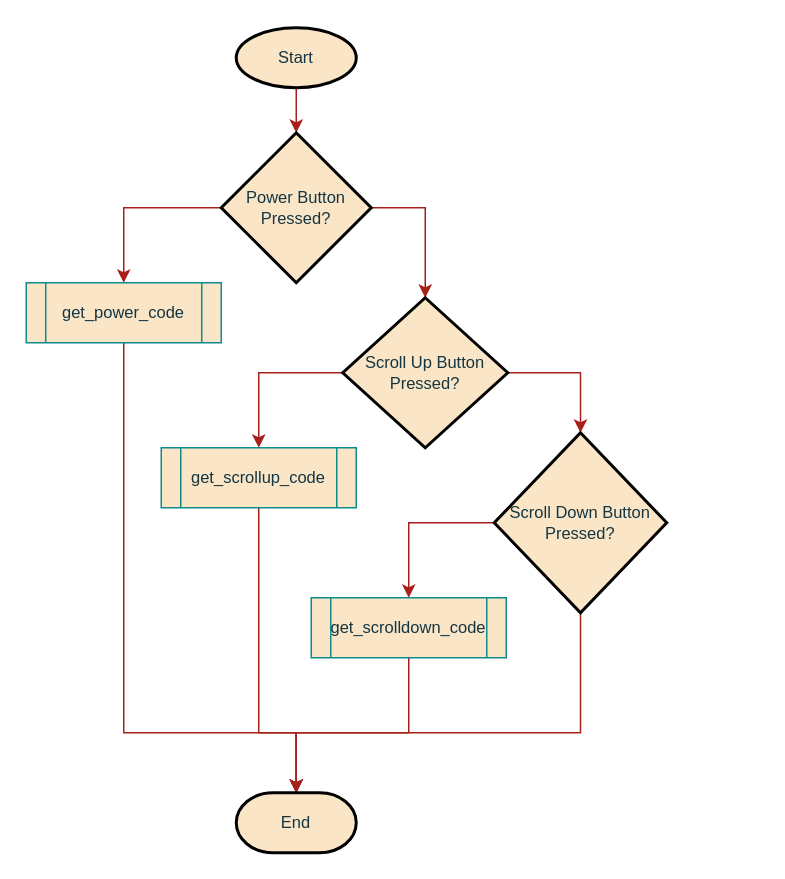
The draw.io diagram page "Flowchart" (7 of 7) of tv_remote/problem_statement.drawio in ESRGgroup9/slipad, before the edit. Source tidied: cells renumbered, new cells numbered last; positions are measured from the earlier drawing's top-left corner, leaving out a move shared by most shapes. Both pictures are drawn from the tidied source at 150%, with x=0, y=0 at pixel (26, 27).
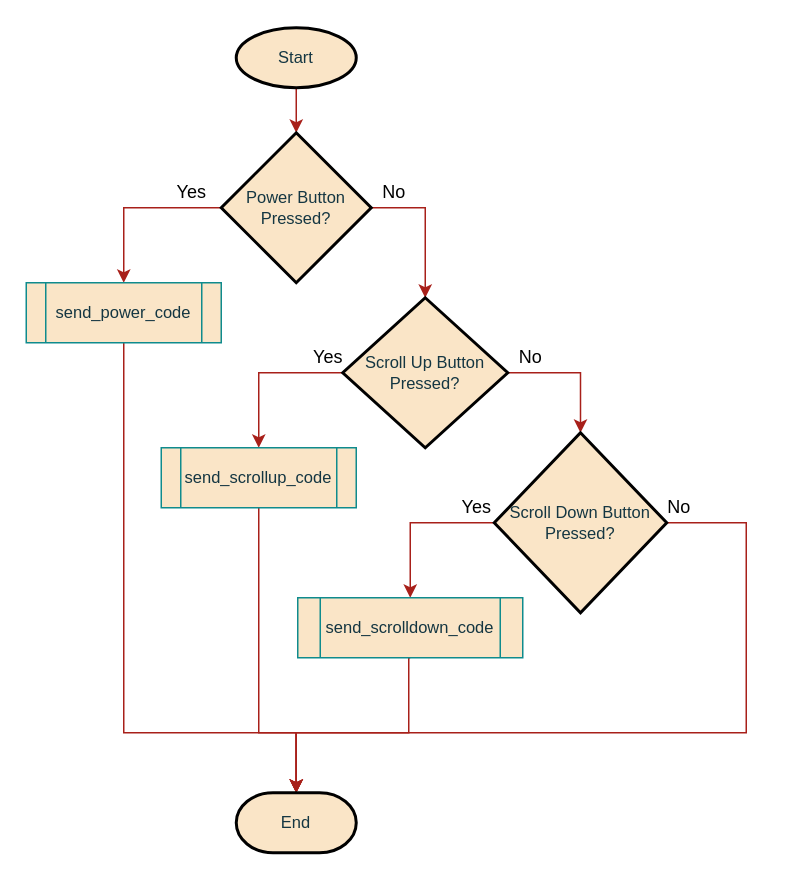
The same page after the edit.

The change refers to these unchanged cells:
```xml
<mxCell id="12" value="Scroll Down Button Pressed?" style="strokeWidth=2;html=1;shape=mxgraph.flowchart.decision;whiteSpace=wrap;rounded=0;sketch=0;fontSize=11;fontColor=#143642;fillColor=#FAE5C7;verticalAlign=middle;" parent="1" vertex="1">
  <mxGeometry x="312" y="270" width="115" height="120" as="geometry" />
</mxCell>
<mxCell id="19" value="End" style="strokeWidth=2;html=1;shape=mxgraph.flowchart.terminator;whiteSpace=wrap;rounded=0;sketch=0;fontSize=11;fontColor=#143642;fillColor=#FAE5C7;verticalAlign=middle;" parent="1" vertex="1">
  <mxGeometry x="140" y="510" width="80" height="40" as="geometry" />
</mxCell>
```

The edit, as a diff of the source:
```diff
@@
-    <mxCell id="11" style="edgeStyle=orthogonalEdgeStyle;rounded=0;sketch=0;jettySize=auto;html=1;exitX=0.5;exitY=1;exitDx=0;exitDy=0;exitPerimeter=0;fontSize=11;fontColor=#143642;strokeColor=#A8201A;fillColor=#FAE5C7;" parent="1" edge="1" source="12" target="19">
+    <mxCell id="11" style="edgeStyle=orthogonalEdgeStyle;rounded=0;sketch=0;jettySize=auto;html=1;exitX=1;exitY=0.5;exitDx=0;exitDy=0;exitPerimeter=0;fontSize=11;fontColor=#143642;strokeColor=#A8201A;fillColor=#FAE5C7;" parent="1" edge="1" source="12" target="19">
       <mxGeometry relative="1" as="geometry">
         <Array as="points">
-          <mxPoint x="370" y="470" />
+          <mxPoint x="480" y="330" />
+          <mxPoint x="480" y="470" />
           <mxPoint x="180" y="470" />
         </Array>
       </mxGeometry>
     </mxCell>
@@
-    <mxCell id="14" value="get_power_code" style="shape=process;whiteSpace=wrap;html=1;backgroundOutline=1;rounded=0;sketch=0;fontSize=11;fontColor=#143642;strokeColor=#0F8B8D;fillColor=#FAE5C7;verticalAlign=middle;" parent="1" vertex="1">
+    <mxCell id="14" value="send_power_code" style="shape=process;whiteSpace=wrap;html=1;backgroundOutline=1;rounded=0;sketch=0;fontSize=11;fontColor=#143642;strokeColor=#0F8B8D;fillColor=#FAE5C7;verticalAlign=middle;" parent="1" vertex="1">
       <mxGeometry y="170" width="130" height="40" as="geometry" />
     </mxCell>
@@
-    <mxCell id="16" value="get_scrollup_code" style="shape=process;whiteSpace=wrap;html=1;backgroundOutline=1;rounded=0;sketch=0;fontSize=11;fontColor=#143642;strokeColor=#0F8B8D;fillColor=#FAE5C7;verticalAlign=middle;" parent="1" vertex="1">
+    <mxCell id="16" value="send_scrollup_code" style="shape=process;whiteSpace=wrap;html=1;backgroundOutline=1;rounded=0;sketch=0;fontSize=11;fontColor=#143642;strokeColor=#0F8B8D;fillColor=#FAE5C7;verticalAlign=middle;" parent="1" vertex="1">
       <mxGeometry x="90" y="280" width="130" height="40" as="geometry" />
     </mxCell>
@@
-    <mxCell id="18" value="get_scrolldown_code" style="shape=process;whiteSpace=wrap;html=1;backgroundOutline=1;rounded=0;sketch=0;fontSize=11;fontColor=#143642;strokeColor=#0F8B8D;fillColor=#FAE5C7;verticalAlign=middle;" parent="1" vertex="1">
-      <mxGeometry x="190" y="380" width="130" height="40" as="geometry" />
+    <mxCell id="18" value="&lt;div&gt;send_scrolldown_code&lt;/div&gt;" style="shape=process;whiteSpace=wrap;html=1;backgroundOutline=1;rounded=0;sketch=0;fontSize=11;fontColor=#143642;strokeColor=#0F8B8D;fillColor=#FAE5C7;verticalAlign=middle;" parent="1" vertex="1">
+      <mxGeometry x="181" y="380" width="150" height="40" as="geometry" />
     </mxCell>
@@
+    <mxCell id="20" value="No" style="text;html=1;align=center;verticalAlign=middle;strokeColor=none;fillColor=none;" parent="1" vertex="1">
+      <mxGeometry x="230" y="100" width="30" height="20" as="geometry" />
+    </mxCell>
+    <mxCell id="21" value="Yes" style="text;html=1;align=center;verticalAlign=middle;strokeColor=none;fillColor=none;" parent="1" vertex="1">
+      <mxGeometry x="90" y="100" width="40" height="20" as="geometry" />
+    </mxCell>
+    <mxCell id="22" value="No" style="text;html=1;align=center;verticalAlign=middle;strokeColor=none;fillColor=none;" parent="1" vertex="1">
+      <mxGeometry x="321" y="210" width="30" height="20" as="geometry" />
+    </mxCell>
+    <mxCell id="23" value="Yes" style="text;html=1;align=center;verticalAlign=middle;strokeColor=none;fillColor=none;" parent="1" vertex="1">
+      <mxGeometry x="181" y="210" width="40" height="20" as="geometry" />
+    </mxCell>
+    <mxCell id="24" value="No" style="text;html=1;align=center;verticalAlign=middle;strokeColor=none;fillColor=none;" parent="1" vertex="1">
+      <mxGeometry x="420" y="310" width="30" height="20" as="geometry" />
+    </mxCell>
+    <mxCell id="25" value="Yes" style="text;html=1;align=center;verticalAlign=middle;strokeColor=none;fillColor=none;" parent="1" vertex="1">
+      <mxGeometry x="280" y="310" width="40" height="20" as="geometry" />
+    </mxCell>
```
